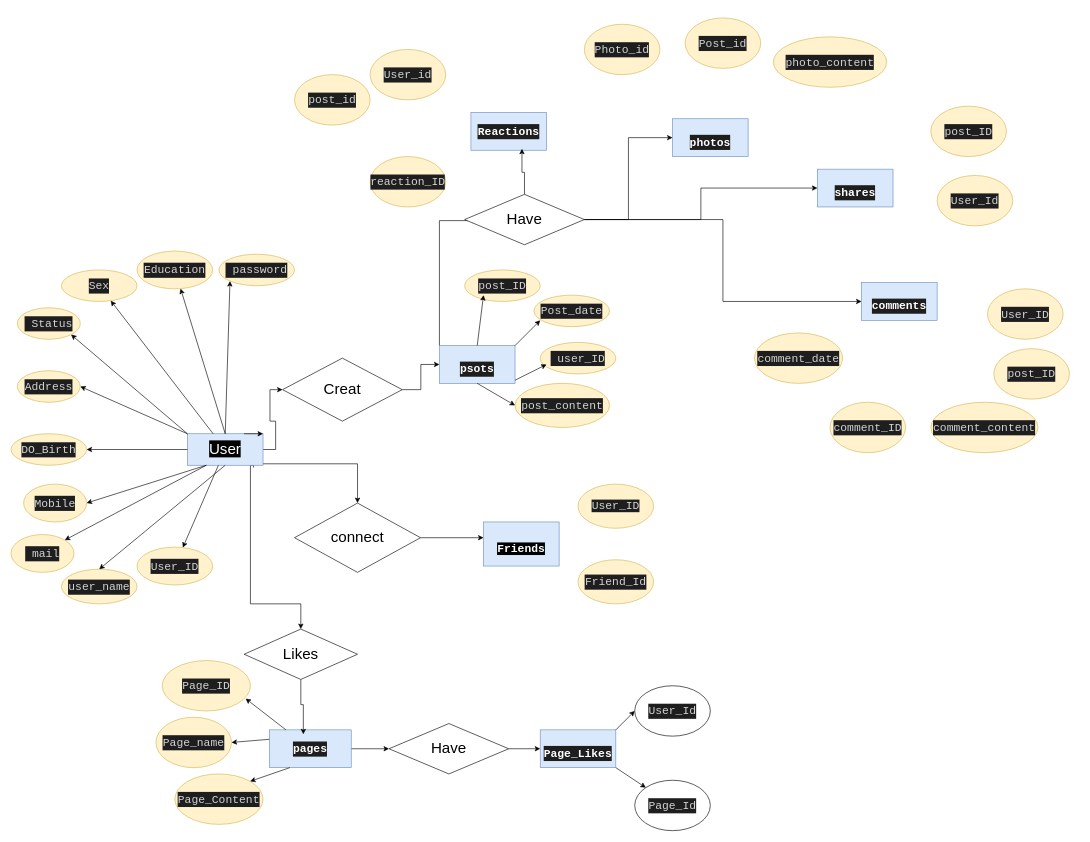
This is weyou/Untitled Diagram.drawio from elarabyelaidy19/database_of_databases, a draw.io file, before an edit. Source tidied: cells renumbered, new cells numbered last; positions are measured from the earlier drawing's top-left corner, leaving out a move shared by most shapes. Both pictures are drawn from the tidied source at 63%, with x=0, y=0 at pixel (11, 18).
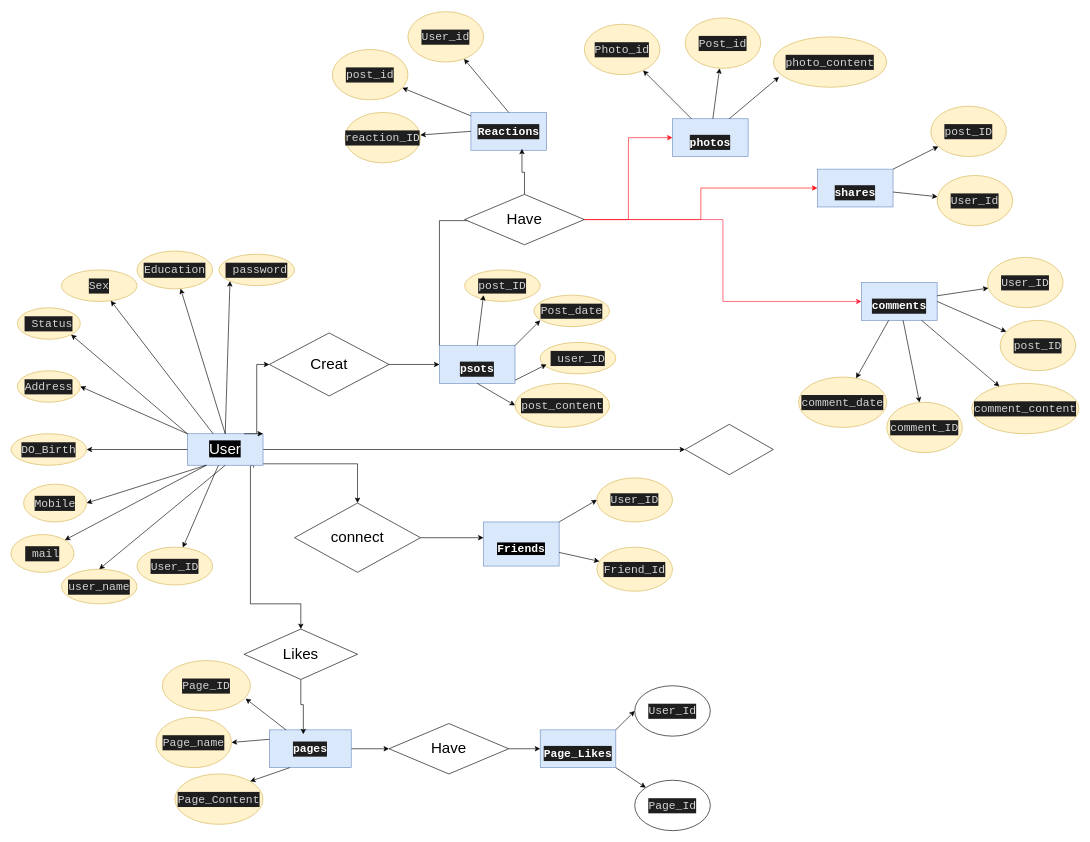
After the change.

Commit message (it also covers changes not shown here):
ERD Relation

The change refers to these unchanged cells:
```xml
<mxCell id="2" value="&lt;font color=&quot;#ffffff&quot;&gt;&lt;br&gt;&lt;br&gt;&lt;/font&gt;&lt;div style=&quot;background-color: rgb(30 , 30 , 30) ; font-family: &amp;#34;consolas&amp;#34; , &amp;#34;courier new&amp;#34; , monospace ; font-weight: normal ; font-size: 18px ; line-height: 24px&quot;&gt;&lt;div&gt;&lt;span style=&quot;font-weight: bold&quot;&gt;&lt;font color=&quot;#ffffff&quot;&gt;comments&lt;/font&gt;&lt;/span&gt;&lt;/div&gt;&lt;/div&gt;&lt;font color=&quot;#ffffff&quot;&gt;&lt;br&gt;&lt;/font&gt;" style="rounded=0;whiteSpace=wrap;html=1;fillColor=#dae8fc;strokeColor=#6c8ebf;" parent="1" vertex="1">
  <mxGeometry x="1350" y="420" width="120" height="60" as="geometry" />
</mxCell>
<mxCell id="4" value="&lt;span style=&quot;background-color: rgb(0 , 0 , 0)&quot;&gt;&lt;font color=&quot;#ffffff&quot;&gt;&lt;br&gt;&lt;br&gt;&lt;/font&gt;&lt;/span&gt;&lt;div style=&quot;font-family: &amp;#34;consolas&amp;#34; , &amp;#34;courier new&amp;#34; , monospace ; font-weight: normal ; font-size: 18px ; line-height: 24px&quot;&gt;&lt;div&gt;&lt;span style=&quot;font-weight: bold ; background-color: rgb(0 , 0 , 0)&quot;&gt;&lt;font color=&quot;#ffffff&quot;&gt;Friends&lt;/font&gt;&lt;/span&gt;&lt;/div&gt;&lt;/div&gt;&lt;span style=&quot;background-color: rgb(0 , 0 , 0)&quot;&gt;&lt;br&gt;&lt;/span&gt;" style="rounded=0;whiteSpace=wrap;html=1;fillColor=#dae8fc;strokeColor=#6c8ebf;" parent="1" vertex="1">
  <mxGeometry x="750" y="800" width="120" height="70" as="geometry" />
</mxCell>
<mxCell id="5" value="&lt;font color=&quot;#ffffff&quot;&gt;&lt;br&gt;&lt;br&gt;&lt;/font&gt;&lt;div style=&quot;background-color: rgb(30 , 30 , 30) ; font-family: &amp;#34;consolas&amp;#34; , &amp;#34;courier new&amp;#34; , monospace ; font-weight: normal ; font-size: 18px ; line-height: 24px&quot;&gt;&lt;div&gt;&lt;span style=&quot;font-weight: bold&quot;&gt;&lt;font color=&quot;#ffffff&quot;&gt;photos&lt;/font&gt;&lt;/span&gt;&lt;/div&gt;&lt;/div&gt;&lt;font color=&quot;#ffffff&quot;&gt;&lt;br&gt;&lt;/font&gt;" style="rounded=0;whiteSpace=wrap;html=1;fillColor=#dae8fc;strokeColor=#6c8ebf;" parent="1" vertex="1">
  <mxGeometry x="1050" y="160" width="120" height="60" as="geometry" />
</mxCell>
<mxCell id="11" value="&lt;font style=&quot;font-size: 24px ; background-color: rgb(0 , 0 , 0)&quot; color=&quot;#ffffff&quot;&gt;User&lt;/font&gt;" style="rounded=0;whiteSpace=wrap;html=1;fillColor=#dae8fc;strokeColor=#6c8ebf;" parent="1" vertex="1">
  <mxGeometry x="280" y="660" width="120" height="50" as="geometry" />
</mxCell>
<mxCell id="14" value="&lt;font color=&quot;#ffffff&quot;&gt;&lt;br&gt;&lt;br&gt;&lt;/font&gt;&lt;div style=&quot;background-color: rgb(30 , 30 , 30) ; font-family: &amp;#34;consolas&amp;#34; , &amp;#34;courier new&amp;#34; , monospace ; font-weight: normal ; font-size: 18px ; line-height: 24px&quot;&gt;&lt;div&gt;&lt;span style=&quot;font-weight: bold&quot;&gt;&lt;font color=&quot;#ffffff&quot;&gt;shares&lt;/font&gt;&lt;/span&gt;&lt;/div&gt;&lt;/div&gt;&lt;font color=&quot;#ffffff&quot;&gt;&lt;br&gt;&lt;/font&gt;" style="rounded=0;whiteSpace=wrap;html=1;fillColor=#dae8fc;strokeColor=#6c8ebf;" parent="1" vertex="1">
  <mxGeometry x="1280" y="240" width="120" height="60" as="geometry" />
</mxCell>
<mxCell id="15" value="&lt;div style=&quot;background-color: rgb(30 , 30 , 30) ; font-family: &amp;#34;consolas&amp;#34; , &amp;#34;courier new&amp;#34; , monospace ; font-size: 18px ; line-height: 24px&quot;&gt;&lt;span style=&quot;font-weight: bold&quot;&gt;&lt;font color=&quot;#ffffff&quot;&gt;Reactions&lt;/font&gt;&lt;/span&gt;&lt;/div&gt;" style="rounded=0;whiteSpace=wrap;html=1;fillColor=#dae8fc;strokeColor=#6c8ebf;" parent="1" vertex="1">
  <mxGeometry x="730" y="150" width="120" height="60" as="geometry" />
</mxCell>
<mxCell id="41" value="&#10;&#10;&lt;div style=&quot;color: rgb(212, 212, 212); background-color: rgb(30, 30, 30); font-family: consolas, &amp;quot;courier new&amp;quot;, monospace; font-weight: normal; font-size: 18px; line-height: 24px;&quot;&gt;&lt;div&gt;&lt;span style=&quot;color: #d4d4d4&quot;&gt;photo_content&lt;/span&gt;&lt;/div&gt;&lt;/div&gt;&#10;&#10;" style="ellipse;whiteSpace=wrap;html=1;fillColor=#fff2cc;strokeColor=#d6b656;" parent="1" vertex="1">
  <mxGeometry x="1210" y="30" width="180" height="80" as="geometry" />
</mxCell>
<mxCell id="42" value="&#10;&#10;&lt;div style=&quot;color: rgb(212, 212, 212); background-color: rgb(30, 30, 30); font-family: consolas, &amp;quot;courier new&amp;quot;, monospace; font-weight: normal; font-size: 18px; line-height: 24px;&quot;&gt;&lt;div&gt;&lt;span style=&quot;color: #d4d4d4&quot;&gt;Post_id&lt;/span&gt;&lt;/div&gt;&lt;/div&gt;&#10;&#10;" style="ellipse;whiteSpace=wrap;html=1;fillColor=#fff2cc;strokeColor=#d6b656;" parent="1" vertex="1">
  <mxGeometry x="1070" width="120" height="80" as="geometry" />
</mxCell>
<mxCell id="43" value="&#10;&#10;&lt;div style=&quot;color: rgb(212, 212, 212); background-color: rgb(30, 30, 30); font-family: consolas, &amp;quot;courier new&amp;quot;, monospace; font-weight: normal; font-size: 18px; line-height: 24px;&quot;&gt;&lt;div&gt;&lt;span style=&quot;color: #d4d4d4&quot;&gt;Photo_id&lt;/span&gt;&lt;/div&gt;&lt;/div&gt;&#10;&#10;" style="ellipse;whiteSpace=wrap;html=1;fillColor=#fff2cc;strokeColor=#d6b656;" parent="1" vertex="1">
  <mxGeometry x="910" y="10" width="120" height="80" as="geometry" />
</mxCell>
<mxCell id="44" value="&#10;&#10;&lt;div style=&quot;color: rgb(212, 212, 212); background-color: rgb(30, 30, 30); font-family: consolas, &amp;quot;courier new&amp;quot;, monospace; font-weight: normal; font-size: 18px; line-height: 24px;&quot;&gt;&lt;div&gt;&lt;span style=&quot;color: #d4d4d4&quot;&gt;post_ID&lt;/span&gt;&lt;/div&gt;&lt;/div&gt;&#10;&#10;" style="ellipse;whiteSpace=wrap;html=1;fillColor=#fff2cc;strokeColor=#d6b656;" parent="1" vertex="1">
  <mxGeometry x="1460" y="140" width="120" height="80" as="geometry" />
</mxCell>
<mxCell id="45" value="&#10;&#10;&lt;div style=&quot;color: rgb(212, 212, 212); background-color: rgb(30, 30, 30); font-family: consolas, &amp;quot;courier new&amp;quot;, monospace; font-weight: normal; font-size: 18px; line-height: 24px;&quot;&gt;&lt;div&gt;&lt;span style=&quot;color: #d4d4d4&quot;&gt;User_Id&lt;/span&gt;&lt;/div&gt;&lt;/div&gt;&#10;&#10;" style="ellipse;whiteSpace=wrap;html=1;fillColor=#fff2cc;strokeColor=#d6b656;" parent="1" vertex="1">
  <mxGeometry x="1470" y="250" width="120" height="80" as="geometry" />
</mxCell>
<mxCell id="58" value="&lt;font style=&quot;font-size: 24px&quot;&gt;Have&lt;/font&gt;" style="rhombus;whiteSpace=wrap;html=1;" parent="1" vertex="1">
  <mxGeometry x="720" y="280" width="190" height="80" as="geometry" />
</mxCell>
```

Change to the diagram source:
```diff
@@
-    <mxCell id="8" style="edgeStyle=orthogonalEdgeStyle;rounded=0;jettySize=auto;html=1;entryX=0;entryY=0.5;entryDx=0;entryDy=0;" parent="1" edge="1" source="11" target="53">
-      <mxGeometry relative="1" as="geometry" />
+    <mxCell id="8" style="edgeStyle=orthogonalEdgeStyle;rounded=0;jettySize=auto;html=1;entryX=0;entryY=0.5;entryDx=0;entryDy=0;" parent="1" edge="1" target="53">
+      <mxGeometry relative="1" as="geometry">
+        <mxPoint x="390" y="660" as="sourcePoint" />
+        <Array as="points">
+          <mxPoint x="390" y="550" />
+        </Array>
+      </mxGeometry>
     </mxCell>
@@
+    <mxCell id="84" style="edgeStyle=orthogonalEdgeStyle;rounded=0;jettySize=auto;html=1;entryX=0;entryY=0.5;entryDx=0;entryDy=0;" parent="1" edge="1" source="11" target="100">
+      <mxGeometry relative="1" as="geometry" />
+    </mxCell>
@@
     <mxCell id="27" value="&#10;&#10;&lt;span style=&quot;color: rgb(212, 212, 212); font-family: consolas, &amp;quot;courier new&amp;quot;, monospace; font-size: 18px; font-style: normal; font-weight: 400; letter-spacing: normal; text-align: left; text-indent: 0px; text-transform: none; word-spacing: 0px; background-color: rgb(30, 30, 30); display: inline; float: none;&quot;&gt;User_ID&lt;/span&gt;&#10;&#10;" style="ellipse;whiteSpace=wrap;html=1;fillColor=#fff2cc;strokeColor=#d6b656;" parent="1" vertex="1">
-      <mxGeometry x="900" y="740" width="120" height="70" as="geometry" />
+      <mxGeometry x="930" y="730" width="120" height="70" as="geometry" />
     </mxCell>
@@
     <mxCell id="32" value="&lt;div style=&quot;color: rgb(212 , 212 , 212) ; background-color: rgb(30 , 30 , 30) ; font-family: &amp;#34;consolas&amp;#34; , &amp;#34;courier new&amp;#34; , monospace ; font-size: 18px ; line-height: 24px&quot;&gt;Friend_Id&lt;/div&gt;" style="ellipse;whiteSpace=wrap;html=1;fillColor=#fff2cc;strokeColor=#d6b656;" parent="1" vertex="1">
-      <mxGeometry x="900" y="860" width="120" height="70" as="geometry" />
+      <mxGeometry x="930" y="840" width="120" height="70" as="geometry" />
     </mxCell>
@@
     <mxCell id="38" value="&#10;&#10;&lt;div style=&quot;color: rgb(212, 212, 212); background-color: rgb(30, 30, 30); font-family: consolas, &amp;quot;courier new&amp;quot;, monospace; font-weight: normal; font-size: 18px; line-height: 24px;&quot;&gt;&lt;div&gt;&lt;span style=&quot;color: #d4d4d4&quot;&gt;User_id&lt;/span&gt;&lt;/div&gt;&lt;/div&gt;&#10;&#10;" style="ellipse;whiteSpace=wrap;html=1;fillColor=#fff2cc;strokeColor=#d6b656;" parent="1" vertex="1">
-      <mxGeometry x="570" y="50" width="120" height="80" as="geometry" />
+      <mxGeometry x="630" y="-10" width="120" height="80" as="geometry" />
     </mxCell>
     <mxCell id="39" value="&#10;&#10;&lt;div style=&quot;color: rgb(212, 212, 212); background-color: rgb(30, 30, 30); font-family: consolas, &amp;quot;courier new&amp;quot;, monospace; font-weight: normal; font-size: 18px; line-height: 24px;&quot;&gt;&lt;div&gt;&lt;span style=&quot;color: #d4d4d4&quot;&gt;reaction_ID&lt;/span&gt;&lt;/div&gt;&lt;/div&gt;&#10;&#10;" style="ellipse;whiteSpace=wrap;html=1;fillColor=#fff2cc;strokeColor=#d6b656;" parent="1" vertex="1">
-      <mxGeometry x="570" y="220" width="120" height="80" as="geometry" />
+      <mxGeometry x="530" y="150" width="120" height="80" as="geometry" />
     </mxCell>
     <mxCell id="40" value="&#10;&#10;&lt;div style=&quot;color: rgb(212, 212, 212); background-color: rgb(30, 30, 30); font-family: consolas, &amp;quot;courier new&amp;quot;, monospace; font-weight: normal; font-size: 18px; line-height: 24px;&quot;&gt;&lt;div&gt;&lt;span style=&quot;color: #d4d4d4&quot;&gt;post_id&lt;/span&gt;&lt;/div&gt;&lt;/div&gt;&#10;&#10;" style="ellipse;whiteSpace=wrap;html=1;fillColor=#fff2cc;strokeColor=#d6b656;" parent="1" vertex="1">
-      <mxGeometry x="450" y="90" width="120" height="80" as="geometry" />
+      <mxGeometry x="510" y="50" width="120" height="80" as="geometry" />
     </mxCell>
@@
     <mxCell id="46" value="&#10;&#10;&lt;div style=&quot;color: rgb(212, 212, 212); background-color: rgb(30, 30, 30); font-family: consolas, &amp;quot;courier new&amp;quot;, monospace; font-weight: normal; font-size: 18px; line-height: 24px;&quot;&gt;&lt;div&gt;&lt;span style=&quot;color: #d4d4d4&quot;&gt;comment_ID&lt;/span&gt;&lt;/div&gt;&lt;/div&gt;&#10;&#10;" style="ellipse;whiteSpace=wrap;html=1;fillColor=#fff2cc;strokeColor=#d6b656;" parent="1" vertex="1">
-      <mxGeometry x="1300" y="610" width="120" height="80" as="geometry" />
+      <mxGeometry x="1390" y="610" width="120" height="80" as="geometry" />
     </mxCell>
     <mxCell id="47" value="&#10;&#10;&lt;div style=&quot;color: rgb(212, 212, 212); background-color: rgb(30, 30, 30); font-family: consolas, &amp;quot;courier new&amp;quot;, monospace; font-weight: normal; font-size: 18px; line-height: 24px;&quot;&gt;&lt;div&gt;&lt;span style=&quot;color: #d4d4d4&quot;&gt;User_ID&lt;/span&gt;&lt;/div&gt;&lt;/div&gt;&#10;&#10;" style="ellipse;whiteSpace=wrap;html=1;fillColor=#fff2cc;strokeColor=#d6b656;" parent="1" vertex="1">
-      <mxGeometry x="1550" y="430" width="120" height="80" as="geometry" />
+      <mxGeometry x="1550" y="380" width="120" height="80" as="geometry" />
     </mxCell>
     <mxCell id="48" value="&#10;&#10;&lt;div style=&quot;color: rgb(212, 212, 212); background-color: rgb(30, 30, 30); font-family: consolas, &amp;quot;courier new&amp;quot;, monospace; font-weight: normal; font-size: 18px; line-height: 24px;&quot;&gt;&lt;div&gt;&lt;span style=&quot;color: #d4d4d4&quot;&gt;post_ID&lt;/span&gt;&lt;/div&gt;&lt;/div&gt;&#10;&#10;" style="ellipse;whiteSpace=wrap;html=1;fillColor=#fff2cc;strokeColor=#d6b656;" parent="1" vertex="1">
-      <mxGeometry x="1560" y="525" width="120" height="80" as="geometry" />
+      <mxGeometry x="1570" y="480" width="120" height="80" as="geometry" />
     </mxCell>
     <mxCell id="49" value="&#10;&#10;&lt;div style=&quot;color: rgb(212, 212, 212); background-color: rgb(30, 30, 30); font-family: consolas, &amp;quot;courier new&amp;quot;, monospace; font-weight: normal; font-size: 18px; line-height: 24px;&quot;&gt;&lt;div&gt;&lt;span style=&quot;color: #d4d4d4&quot;&gt;comment_content&lt;/span&gt;&lt;/div&gt;&lt;/div&gt;&#10;&#10;" style="ellipse;whiteSpace=wrap;html=1;fillColor=#fff2cc;strokeColor=#d6b656;" parent="1" vertex="1">
-      <mxGeometry x="1460" y="610" width="170" height="80" as="geometry" />
+      <mxGeometry x="1525" y="580" width="170" height="80" as="geometry" />
     </mxCell>
     <mxCell id="50" value="&#10;&#10;&lt;div style=&quot;color: rgb(212, 212, 212); background-color: rgb(30, 30, 30); font-family: consolas, &amp;quot;courier new&amp;quot;, monospace; font-weight: normal; font-size: 18px; line-height: 24px;&quot;&gt;&lt;div&gt;&lt;span style=&quot;color: #d4d4d4&quot;&gt;comment_date&lt;/span&gt;&lt;/div&gt;&lt;/div&gt;&#10;&#10;" style="ellipse;whiteSpace=wrap;html=1;fillColor=#fff2cc;strokeColor=#d6b656;" parent="1" vertex="1">
-      <mxGeometry x="1180" y="500" width="140" height="80" as="geometry" />
+      <mxGeometry x="1250" y="570" width="140" height="80" as="geometry" />
     </mxCell>
@@
     <mxCell id="53" value="&lt;font style=&quot;font-size: 24px&quot;&gt;Creat&lt;/font&gt;" style="rhombus;whiteSpace=wrap;html=1;" parent="1" vertex="1">
-      <mxGeometry x="431" y="540" width="190" height="100" as="geometry" />
+      <mxGeometry x="410" y="500" width="190" height="100" as="geometry" />
     </mxCell>
@@
-    <mxCell id="55" style="edgeStyle=orthogonalEdgeStyle;rounded=0;jettySize=auto;html=1;exitX=1;exitY=0.5;exitDx=0;exitDy=0;entryX=0;entryY=0.5;entryDx=0;entryDy=0;" parent="1" edge="1" source="58" target="5">
+    <mxCell id="55" style="edgeStyle=orthogonalEdgeStyle;rounded=0;jettySize=auto;html=1;exitX=1;exitY=0.5;exitDx=0;exitDy=0;entryX=0;entryY=0.5;entryDx=0;entryDy=0;strokeColor=#FF121A;" parent="1" edge="1" source="58" target="5">
       <mxGeometry relative="1" as="geometry">
         <Array as="points">
           <mxPoint x="980" y="320" />
           <mxPoint x="980" y="190" />
         </Array>
       </mxGeometry>
     </mxCell>
-    <mxCell id="56" style="edgeStyle=orthogonalEdgeStyle;rounded=0;jettySize=auto;html=1;entryX=0;entryY=0.5;entryDx=0;entryDy=0;" parent="1" edge="1" source="58" target="14">
+    <mxCell id="56" style="edgeStyle=orthogonalEdgeStyle;rounded=0;jettySize=auto;html=1;entryX=0;entryY=0.5;entryDx=0;entryDy=0;strokeColor=#FF0808;" parent="1" edge="1" source="58" target="14">
       <mxGeometry relative="1" as="geometry" />
     </mxCell>
-    <mxCell id="57" style="edgeStyle=orthogonalEdgeStyle;rounded=0;jettySize=auto;html=1;entryX=0;entryY=0.5;entryDx=0;entryDy=0;" parent="1" edge="1" source="58" target="2">
+    <mxCell id="57" style="edgeStyle=orthogonalEdgeStyle;rounded=0;jettySize=auto;html=1;entryX=0;entryY=0.5;entryDx=0;entryDy=0;strokeColor=#FF213F;" parent="1" edge="1" source="58" target="2">
       <mxGeometry relative="1" as="geometry" />
     </mxCell>
@@
+    <mxCell id="85" style="endArrow=classic;html=1;exitX=0.5;exitY=0;exitDx=0;exitDy=0;" parent="1" edge="1" source="15" target="38">
+      <mxGeometry relative="1" as="geometry" />
+    </mxCell>
+    <mxCell id="86" style="endArrow=classic;html=1;" parent="1" edge="1" source="15" target="40">
+      <mxGeometry relative="1" as="geometry" />
+    </mxCell>
+    <mxCell id="87" style="endArrow=classic;html=1;exitX=0;exitY=0.5;exitDx=0;exitDy=0;" parent="1" edge="1" source="15" target="39">
+      <mxGeometry relative="1" as="geometry" />
+    </mxCell>
+    <mxCell id="88" style="endArrow=classic;html=1;" parent="1" edge="1" source="5" target="43">
+      <mxGeometry relative="1" as="geometry" />
+    </mxCell>
+    <mxCell id="89" style="endArrow=classic;html=1;" parent="1" edge="1" source="5" target="42">
+      <mxGeometry relative="1" as="geometry" />
+    </mxCell>
+    <mxCell id="90" style="endArrow=classic;html=1;exitX=0.75;exitY=0;exitDx=0;exitDy=0;entryX=0.05;entryY=0.796;entryDx=0;entryDy=0;entryPerimeter=0;" parent="1" edge="1" source="5" target="41">
+      <mxGeometry relative="1" as="geometry" />
+    </mxCell>
+    <mxCell id="91" style="endArrow=classic;html=1;" parent="1" edge="1" source="14" target="44">
+      <mxGeometry relative="1" as="geometry" />
+    </mxCell>
+    <mxCell id="92" style="endArrow=classic;html=1;" parent="1" edge="1" source="14" target="45">
+      <mxGeometry relative="1" as="geometry" />
+    </mxCell>
+    <mxCell id="93" style="endArrow=classic;html=1;" parent="1" edge="1" source="2" target="47">
+      <mxGeometry relative="1" as="geometry" />
+    </mxCell>
+    <mxCell id="94" style="endArrow=classic;html=1;exitX=1;exitY=0.5;exitDx=0;exitDy=0;" parent="1" edge="1" source="2" target="48">
+      <mxGeometry relative="1" as="geometry" />
+    </mxCell>
+    <mxCell id="95" style="endArrow=classic;html=1;" parent="1" edge="1" source="2" target="49">
+      <mxGeometry relative="1" as="geometry" />
+    </mxCell>
+    <mxCell id="96" style="endArrow=classic;html=1;" parent="1" edge="1" source="2" target="46">
+      <mxGeometry relative="1" as="geometry" />
+    </mxCell>
+    <mxCell id="97" style="endArrow=classic;html=1;" parent="1" edge="1" source="2" target="50">
+      <mxGeometry relative="1" as="geometry" />
+    </mxCell>
+    <mxCell id="98" style="endArrow=classic;html=1;entryX=0;entryY=0.5;entryDx=0;entryDy=0;" parent="1" edge="1" source="4" target="27">
+      <mxGeometry relative="1" as="geometry" />
+    </mxCell>
+    <mxCell id="99" style="endArrow=classic;html=1;" parent="1" edge="1" source="4" target="32">
+      <mxGeometry relative="1" as="geometry" />
+    </mxCell>
+    <mxCell id="100" style="rhombus;whiteSpace=wrap;html=1;" parent="1" vertex="1">
+      <mxGeometry x="1070" y="645" width="140" height="80" as="geometry" />
+    </mxCell>
```
